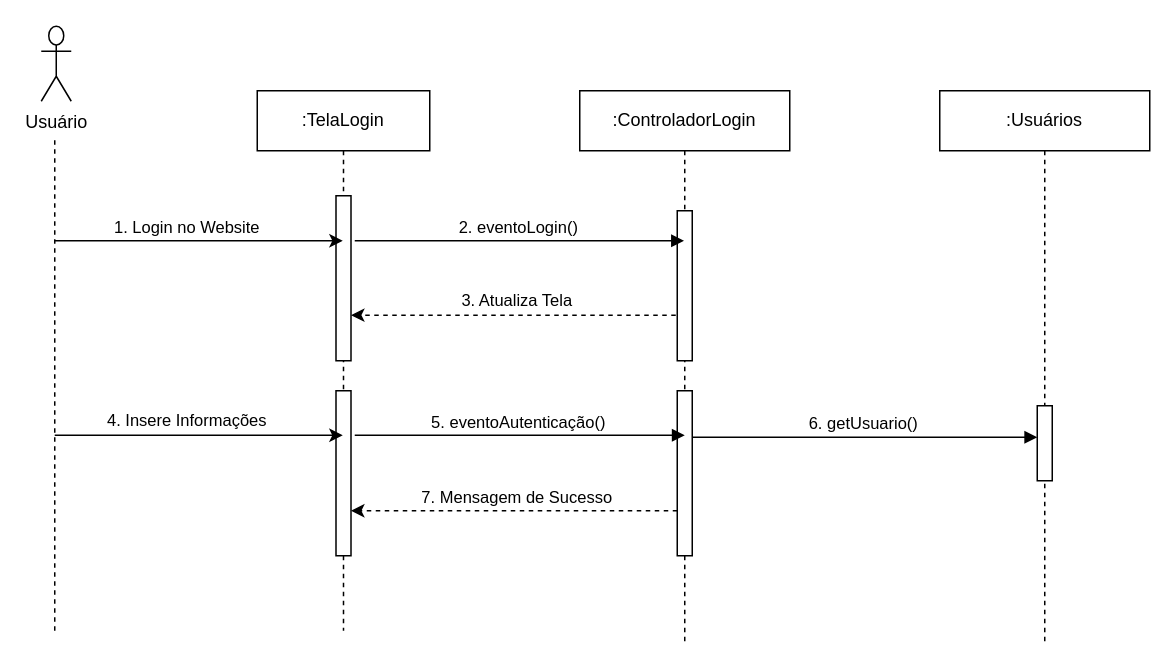
Hatz-D/Litoral-Puro-RJ keeps this draw.io diagram as src/drawio/Login-Website.drawio. Above is the earlier version. Source tidied: cells renumbered, new cells numbered last; positions are measured from the earlier drawing's top-left corner, leaving out a move shared by most shapes. Both pictures are drawn from the tidied source at 150%, with x=0, y=0 at pixel (40, 26).
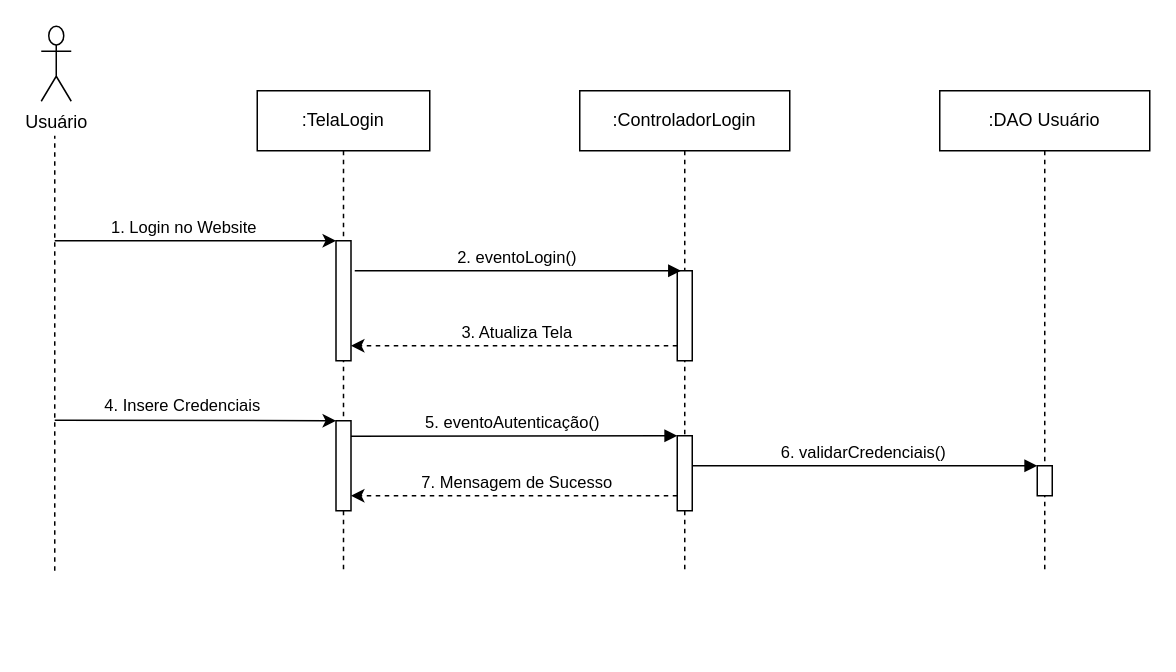
After the change.

What changed in the source:
```diff
@@
     <mxCell id="2" value=":TelaLogin" style="shape=umlLifeline;perimeter=lifelinePerimeter;whiteSpace=wrap;html=1;outlineConnect=0;portConstraint=eastwest;newEdgeStyle={&quot;edgeStyle&quot;:&quot;elbowEdgeStyle&quot;,&quot;elbow&quot;:&quot;vertical&quot;,&quot;curved&quot;:0,&quot;rounded&quot;:0};" parent="1" vertex="1">
-      <mxGeometry x="144" y="43" width="115" height="360" as="geometry" />
+      <mxGeometry x="144" y="43" width="115" height="320" as="geometry" />
     </mxCell>
     <mxCell id="3" style="html=1;points=[];perimeter=orthogonalPerimeter;outlineConnect=0;targetShapes=umlLifeline;portConstraint=eastwest;newEdgeStyle={&quot;edgeStyle&quot;:&quot;elbowEdgeStyle&quot;,&quot;elbow&quot;:&quot;vertical&quot;,&quot;curved&quot;:0,&quot;rounded&quot;:0};" parent="2" vertex="1">
-      <mxGeometry x="52.5" y="70" width="10" height="110" as="geometry" />
+      <mxGeometry x="52.5" y="100" width="10" height="80" as="geometry" />
     </mxCell>
     <mxCell id="4" style="html=1;points=[];perimeter=orthogonalPerimeter;outlineConnect=0;targetShapes=umlLifeline;portConstraint=eastwest;newEdgeStyle={&quot;edgeStyle&quot;:&quot;elbowEdgeStyle&quot;,&quot;elbow&quot;:&quot;vertical&quot;,&quot;curved&quot;:0,&quot;rounded&quot;:0};" parent="2" vertex="1">
-      <mxGeometry x="52.5" y="200" width="10" height="110" as="geometry" />
+      <mxGeometry x="52.5" y="220" width="10" height="60" as="geometry" />
     </mxCell>
+    <mxCell id="15" style="endArrow=classic;html=1;rounded=0;" parent="2" edge="1" target="4">
+      <mxGeometry relative="1" as="geometry">
+        <mxPoint x="-135" y="219.7" as="sourcePoint" />
+      </mxGeometry>
+    </mxCell>
+    <mxCell id="16" value="4. Insere Credenciais" style="edgeLabel;html=1;align=center;verticalAlign=middle;" parent="15" vertex="1">
+      <mxGeometry x="-0.09" y="-1" relative="1" as="geometry">
+        <mxPoint y="-11" as="offset" />
+      </mxGeometry>
+    </mxCell>
+    <mxCell id="19" style="endArrow=classic;html=1;rounded=0;dashed=1;" parent="2" edge="1">
+      <mxGeometry relative="1" as="geometry">
+        <mxPoint x="280" y="270" as="sourcePoint" />
+        <mxPoint x="62.5" y="270" as="targetPoint" />
+      </mxGeometry>
+    </mxCell>
+    <mxCell id="20" value="7. Mensagem de Sucesso" style="edgeLabel;html=1;align=center;verticalAlign=middle;" parent="19" vertex="1">
+      <mxGeometry x="-0.02" y="-3" relative="1" as="geometry">
+        <mxPoint x="-1" y="-7" as="offset" />
+      </mxGeometry>
+    </mxCell>
     <mxCell id="5" value=":ControladorLogin" style="shape=umlLifeline;perimeter=lifelinePerimeter;whiteSpace=wrap;html=1;outlineConnect=0;portConstraint=eastwest;newEdgeStyle={&quot;edgeStyle&quot;:&quot;elbowEdgeStyle&quot;,&quot;elbow&quot;:&quot;vertical&quot;,&quot;curved&quot;:0,&quot;rounded&quot;:0};" parent="1" vertex="1">
-      <mxGeometry x="359" y="43" width="140" height="370" as="geometry" />
+      <mxGeometry x="359" y="43" width="140" height="320" as="geometry" />
     </mxCell>
     <mxCell id="6" style="html=1;perimeter=orthogonalPerimeter;targetShapes=umlLifeline;newEdgeStyle={&quot;edgeStyle&quot;:&quot;elbowEdgeStyle&quot;,&quot;elbow&quot;:&quot;vertical&quot;,&quot;curved&quot;:0,&quot;rounded&quot;:0};" parent="5" vertex="1">
-      <mxGeometry x="65" y="80" width="10" height="100" as="geometry" />
+      <mxGeometry x="65" y="120" width="10" height="60" as="geometry" />
     </mxCell>
     <mxCell id="7" style="html=1;points=[];perimeter=orthogonalPerimeter;outlineConnect=0;targetShapes=umlLifeline;portConstraint=eastwest;newEdgeStyle={&quot;edgeStyle&quot;:&quot;elbowEdgeStyle&quot;,&quot;elbow&quot;:&quot;vertical&quot;,&quot;curved&quot;:0,&quot;rounded&quot;:0};" parent="5" vertex="1">
-      <mxGeometry x="65" y="200" width="10" height="110" as="geometry" />
+      <mxGeometry x="65" y="230" width="10" height="50" as="geometry" />
     </mxCell>
-    <mxCell id="8" value="2. eventoLogin()" style="html=1;verticalAlign=bottom;endArrow=block;edgeStyle=elbowEdgeStyle;elbow=vertical;curved=0;rounded=0;" parent="1" edge="1" target="5">
+    <mxCell id="8" value="2. eventoLogin()" style="html=1;verticalAlign=bottom;endArrow=block;edgeStyle=elbowEdgeStyle;elbow=vertical;curved=0;rounded=0;" parent="1" edge="1">
       <mxGeometry x="-0.01" relative="1" as="geometry">
-        <mxPoint x="209" y="143" as="sourcePoint" />
+        <mxPoint x="209" y="163" as="sourcePoint" />
+        <mxPoint x="426.5" y="163" as="targetPoint" />
         <Array as="points">
-          <mxPoint x="309" y="143" />
+          <mxPoint x="311.5" y="163" />
         </Array>
       </mxGeometry>
     </mxCell>
     <mxCell id="9" style="endArrow=none;dashed=1;html=1;rounded=0;" parent="1" edge="1">
       <mxGeometry relative="1" as="geometry">
-        <mxPoint x="9" y="403" as="sourcePoint" />
+        <mxPoint x="9" y="363" as="sourcePoint" />
         <mxPoint x="9" y="73" as="targetPoint" />
       </mxGeometry>
     </mxCell>
@@
-    <mxCell id="11" style="endArrow=classic;html=1;rounded=0;" parent="1" edge="1" target="2">
+    <mxCell id="11" style="endArrow=classic;html=1;rounded=0;" parent="1" edge="1" target="3">
       <mxGeometry relative="1" as="geometry">
         <mxPoint x="9" y="143" as="sourcePoint" />
       </mxGeometry>
     </mxCell>
@@
-    <mxCell id="13" style="endArrow=classic;html=1;rounded=0;dashed=1;" parent="1" edge="1" target="3">
+    <mxCell id="13" style="endArrow=classic;html=1;rounded=0;dashed=1;" parent="1" edge="1">
       <mxGeometry relative="1" as="geometry">
-        <mxPoint x="423" y="192.6" as="sourcePoint" />
+        <mxPoint x="424" y="213" as="sourcePoint" />
+        <mxPoint x="206.5" y="213" as="targetPoint" />
       </mxGeometry>
     </mxCell>
@@
-    <mxCell id="15" style="endArrow=classic;html=1;rounded=0;" parent="1" edge="1">
-      <mxGeometry relative="1" as="geometry">
-        <mxPoint x="9" y="272.7" as="sourcePoint" />
-        <mxPoint x="201" y="272.7" as="targetPoint" />
-      </mxGeometry>
-    </mxCell>
-    <mxCell id="16" value="4. Insere Informações" style="edgeLabel;html=1;align=center;verticalAlign=middle;" parent="15" vertex="1">
-      <mxGeometry x="-0.09" y="-1" relative="1" as="geometry">
-        <mxPoint y="-11" as="offset" />
-      </mxGeometry>
-    </mxCell>
-    <mxCell id="17" value="5. eventoAutenticação()" style="html=1;verticalAlign=bottom;endArrow=block;edgeStyle=elbowEdgeStyle;elbow=vertical;curved=0;rounded=0;" parent="1" edge="1">
-      <mxGeometry x="-0.01" relative="1" as="geometry">
-        <mxPoint x="209" y="272.7" as="sourcePoint" />
-        <mxPoint x="429" y="272.7" as="targetPoint" />
-        <Array as="points">
-          <mxPoint x="309" y="272.7" />
-        </Array>
-      </mxGeometry>
-    </mxCell>
-    <mxCell id="18" value="6. getUsuario()" style="html=1;verticalAlign=bottom;endArrow=block;edgeStyle=elbowEdgeStyle;elbow=vertical;curved=0;rounded=0;" parent="1" edge="1">
+    <mxCell id="18" value="6. validarCredenciais()" style="html=1;verticalAlign=bottom;endArrow=block;edgeStyle=elbowEdgeStyle;elbow=vertical;curved=0;rounded=0;" parent="1" edge="1">
       <mxGeometry x="-0.01" relative="1" as="geometry">
-        <mxPoint x="434" y="274" as="sourcePoint" />
-        <mxPoint x="664" y="274" as="targetPoint" />
+        <mxPoint x="434" y="293" as="sourcePoint" />
+        <mxPoint x="664" y="293" as="targetPoint" />
       </mxGeometry>
     </mxCell>
-    <mxCell id="19" style="endArrow=classic;html=1;rounded=0;dashed=1;" parent="1" edge="1">
-      <mxGeometry relative="1" as="geometry">
-        <mxPoint x="424" y="323" as="sourcePoint" />
-        <mxPoint x="206.5" y="323" as="targetPoint" />
-      </mxGeometry>
-    </mxCell>
-    <mxCell id="20" value="7. Mensagem de Sucesso" style="edgeLabel;html=1;align=center;verticalAlign=middle;" parent="19" vertex="1">
-      <mxGeometry x="-0.02" y="-3" relative="1" as="geometry">
-        <mxPoint x="-1" y="-7" as="offset" />
-      </mxGeometry>
-    </mxCell>
-    <mxCell id="21" value=":Usuários" style="shape=umlLifeline;perimeter=lifelinePerimeter;whiteSpace=wrap;html=1;newEdgeStyle={&quot;edgeStyle&quot;:&quot;elbowEdgeStyle&quot;,&quot;elbow&quot;:&quot;vertical&quot;,&quot;curved&quot;:0,&quot;rounded&quot;:0};" parent="1" vertex="1">
-      <mxGeometry x="599" y="43" width="140" height="370" as="geometry" />
+    <mxCell id="21" value=":DAO Usuário" style="shape=umlLifeline;perimeter=lifelinePerimeter;whiteSpace=wrap;html=1;newEdgeStyle={&quot;edgeStyle&quot;:&quot;elbowEdgeStyle&quot;,&quot;elbow&quot;:&quot;vertical&quot;,&quot;curved&quot;:0,&quot;rounded&quot;:0};" parent="1" vertex="1">
+      <mxGeometry x="599" y="43" width="140" height="320" as="geometry" />
     </mxCell>
     <mxCell id="22" style="html=1;perimeter=orthogonalPerimeter;targetShapes=umlLifeline;newEdgeStyle={&quot;edgeStyle&quot;:&quot;elbowEdgeStyle&quot;,&quot;elbow&quot;:&quot;vertical&quot;,&quot;curved&quot;:0,&quot;rounded&quot;:0};" parent="21" vertex="1">
-      <mxGeometry x="65" y="210" width="10" height="50" as="geometry" />
+      <mxGeometry x="65" y="250" width="10" height="20" as="geometry" />
     </mxCell>
+    <mxCell id="17" value="5. eventoAutenticação()" style="html=1;verticalAlign=bottom;endArrow=block;edgeStyle=elbowEdgeStyle;elbow=vertical;curved=0;rounded=0;" parent="1" edge="1" target="7">
+      <mxGeometry x="-0.01" relative="1" as="geometry">
+        <mxPoint x="206.5" y="273.3" as="sourcePoint" />
+        <Array as="points">
+          <mxPoint x="314" y="273" />
+        </Array>
+      </mxGeometry>
+    </mxCell>
```
